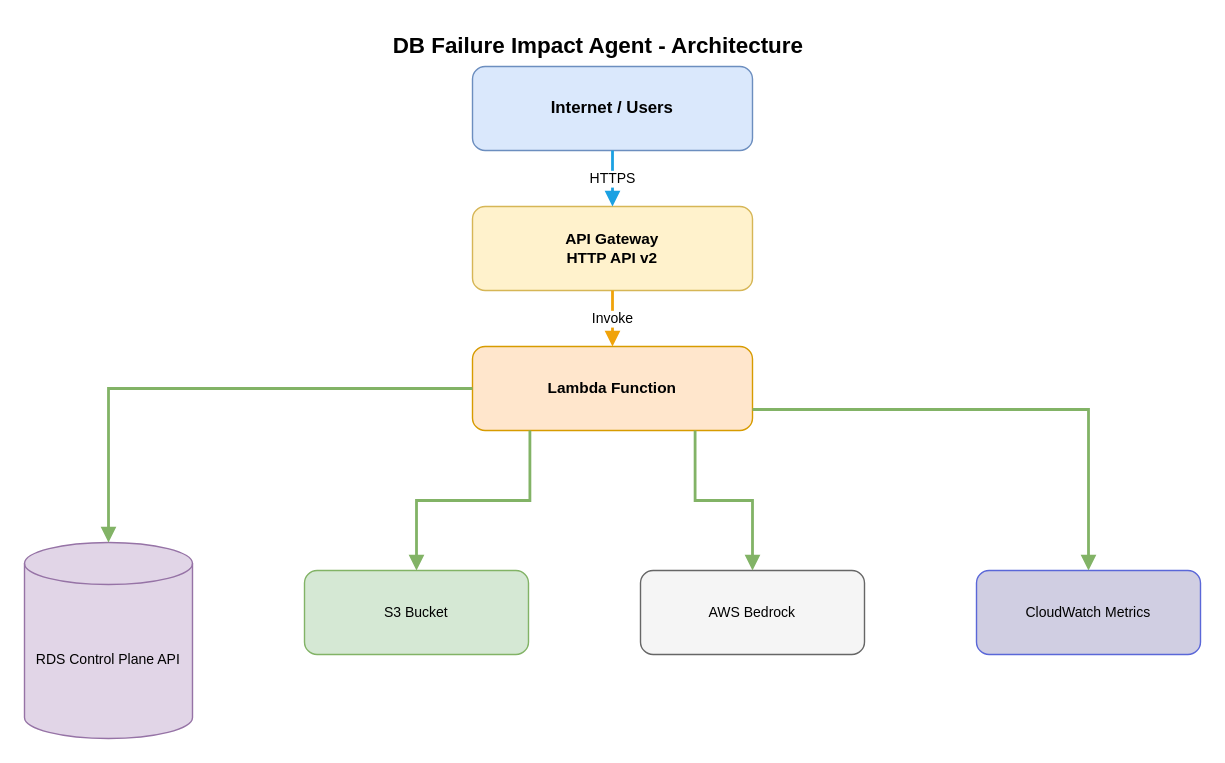
This is docs/architecture-diagram.drawio from IshayEzagouri/DB-Impact-Analyzer, a draw.io file, before an edit. Source tidied: cells renumbered, new cells numbered last; positions are measured from the earlier drawing's top-left corner, leaving out a move shared by most shapes. Both pictures are drawn from the tidied source at 140%, with x=0, y=0 at pixel (24, 24).
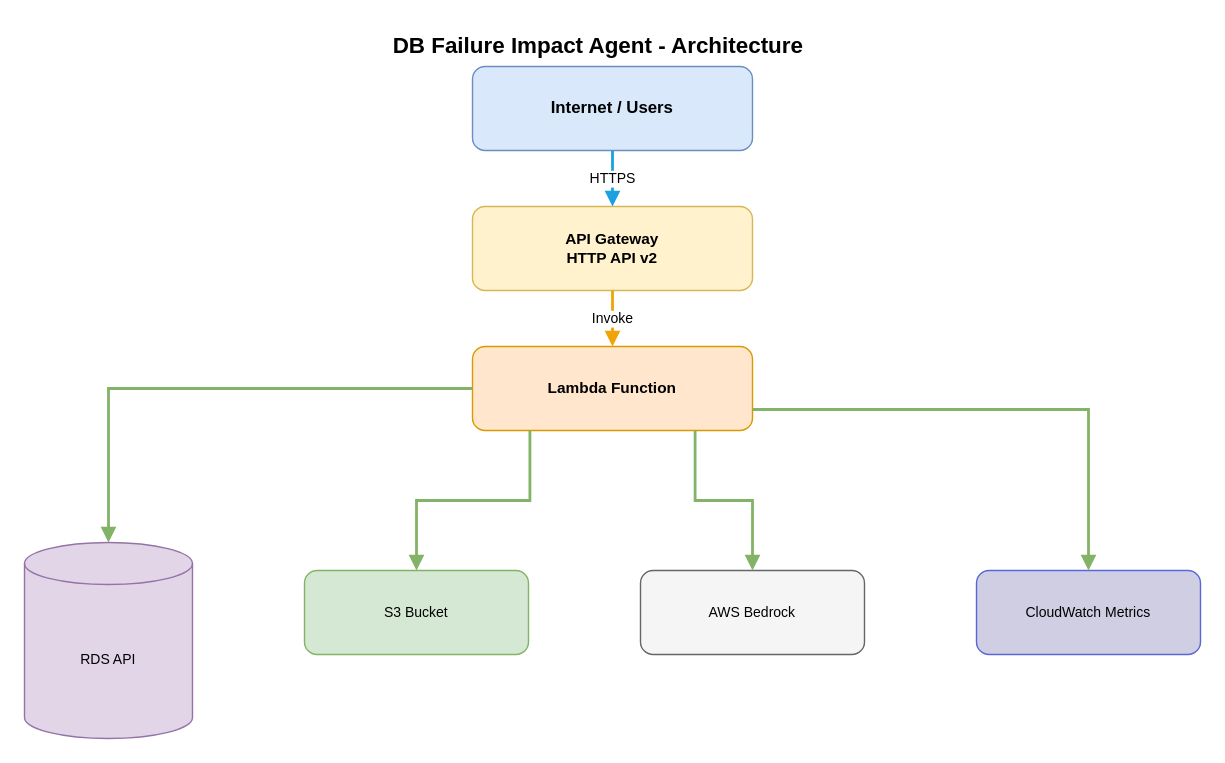
The same page after the edit.

What changed in the source:
```diff
@@
 <mxGraphModel>
   <root>
     <mxCell id="0" />
     <mxCell id="1" parent="0" />
     <mxCell id="2" value="Internet / Users" style="rounded=1;whiteSpace=wrap;html=1;fillColor=#dae8fc;strokeColor=#6c8ebf;fontColor=#000000;fontStyle=1;fontSize=12;" parent="1" vertex="1">
       <mxGeometry x="320" y="30" width="200" height="60" as="geometry" />
     </mxCell>
     <mxCell id="3" value="API Gateway&#10;HTTP API v2" style="rounded=1;whiteSpace=wrap;html=1;fillColor=#fff2cc;strokeColor=#d6b656;fontColor=#000000;fontStyle=1;fontSize=11;" parent="1" vertex="1">
       <mxGeometry x="320" y="130" width="200" height="60" as="geometry" />
     </mxCell>
     <mxCell id="4" value="Lambda Function" style="rounded=1;whiteSpace=wrap;html=1;fillColor=#ffe6cc;strokeColor=#d79b00;fontColor=#000000;fontStyle=1;fontSize=11;" parent="1" vertex="1">
       <mxGeometry x="320" y="230" width="200" height="60" as="geometry" />
     </mxCell>
-    <mxCell id="5" value="RDS Control Plane API" style="shape=cylinder3;whiteSpace=wrap;html=1;boundedLbl=1;backgroundOutline=1;size=15;fillColor=#e1d5e7;strokeColor=#9673a6;fontColor=#000000;fontSize=10;" parent="1" vertex="1">
+    <mxCell id="5" value="RDS API" style="shape=cylinder3;whiteSpace=wrap;html=1;boundedLbl=1;backgroundOutline=1;size=15;fillColor=#e1d5e7;strokeColor=#9673a6;fontColor=#000000;fontSize=10;" parent="1" vertex="1">
       <mxGeometry y="370" width="120" height="140" as="geometry" />
     </mxCell>
     <mxCell id="6" value="S3 Bucket" style="rounded=1;whiteSpace=wrap;html=1;fillColor=#d5e8d4;strokeColor=#82b366;fontColor=#000000;fontSize=10;" parent="1" vertex="1">
       <mxGeometry x="200" y="390" width="160" height="60" as="geometry" />
     </mxCell>
     <mxCell id="7" value="AWS Bedrock" style="rounded=1;whiteSpace=wrap;html=1;fillColor=#f5f5f5;strokeColor=#666666;fontColor=#000000;fontSize=10;" parent="1" vertex="1">
       <mxGeometry x="440" y="390" width="160" height="60" as="geometry" />
     </mxCell>
     <mxCell id="8" value="CloudWatch Metrics" style="rounded=1;whiteSpace=wrap;html=1;fillColor=#d0cee2;strokeColor=#5a67d8;fontColor=#000000;fontSize=10;" parent="1" vertex="1">
       <mxGeometry x="680" y="390" width="160" height="60" as="geometry" />
     </mxCell>
     <mxCell id="9" value="HTTPS" style="edgeStyle=orthogonalEdgeStyle;rounded=0;jettySize=auto;html=1;strokeWidth=2;strokeColor=#1ba1e2;fontSize=10;endArrow=block;endFill=1;" parent="1" edge="1" source="2" target="3">
       <mxGeometry relative="1" as="geometry" />
     </mxCell>
     <mxCell id="10" value="Invoke" style="edgeStyle=orthogonalEdgeStyle;rounded=0;jettySize=auto;html=1;strokeWidth=2;strokeColor=#f0a30a;fontSize=10;endArrow=block;endFill=1;" parent="1" edge="1" source="3" target="4">
       <mxGeometry relative="1" as="geometry" />
     </mxCell>
     <mxCell id="11" style="edgeStyle=orthogonalEdgeStyle;rounded=0;jettySize=auto;html=1;strokeWidth=2;strokeColor=#82b366;endArrow=block;endFill=1;exitX=0;exitY=0.5;exitDx=0;exitDy=0;entryX=0.5;entryY=0;entryDx=0;entryDy=0;" parent="1" edge="1" source="4" target="5">
       <mxGeometry relative="1" as="geometry" />
     </mxCell>
     <mxCell id="12" style="edgeStyle=orthogonalEdgeStyle;rounded=0;jettySize=auto;html=1;strokeWidth=2;strokeColor=#82b366;endArrow=block;endFill=1;exitX=0.205;exitY=1;exitDx=0;exitDy=0;entryX=0.5;entryY=0;entryDx=0;entryDy=0;exitPerimeter=0;" parent="1" edge="1" source="4" target="6">
       <mxGeometry relative="1" as="geometry" />
     </mxCell>
     <mxCell id="13" style="edgeStyle=orthogonalEdgeStyle;rounded=0;jettySize=auto;html=1;strokeWidth=2;strokeColor=#82b366;endArrow=block;endFill=1;exitX=0.795;exitY=1;exitDx=0;exitDy=0;entryX=0.5;entryY=0;entryDx=0;entryDy=0;exitPerimeter=0;" parent="1" edge="1" source="4" target="7">
       <mxGeometry relative="1" as="geometry" />
     </mxCell>
     <mxCell id="14" style="edgeStyle=orthogonalEdgeStyle;rounded=0;jettySize=auto;html=1;strokeWidth=2;strokeColor=#82b366;endArrow=block;endFill=1;exitX=1;exitY=0.75;exitDx=0;exitDy=0;entryX=0.5;entryY=0;entryDx=0;entryDy=0;" parent="1" edge="1" source="4" target="8">
       <mxGeometry relative="1" as="geometry">
         <Array as="points">
           <mxPoint x="760" y="275" />
         </Array>
       </mxGeometry>
     </mxCell>
     <mxCell id="15" value="DB Failure Impact Agent - Architecture" style="text;html=1;strokeColor=none;fillColor=none;align=center;verticalAlign=middle;whiteSpace=wrap;rounded=0;fontSize=16;fontStyle=1;" parent="1" vertex="1">
       <mxGeometry x="260" width="300" height="30" as="geometry" />
     </mxCell>
   </root>
 </mxGraphModel>
```
